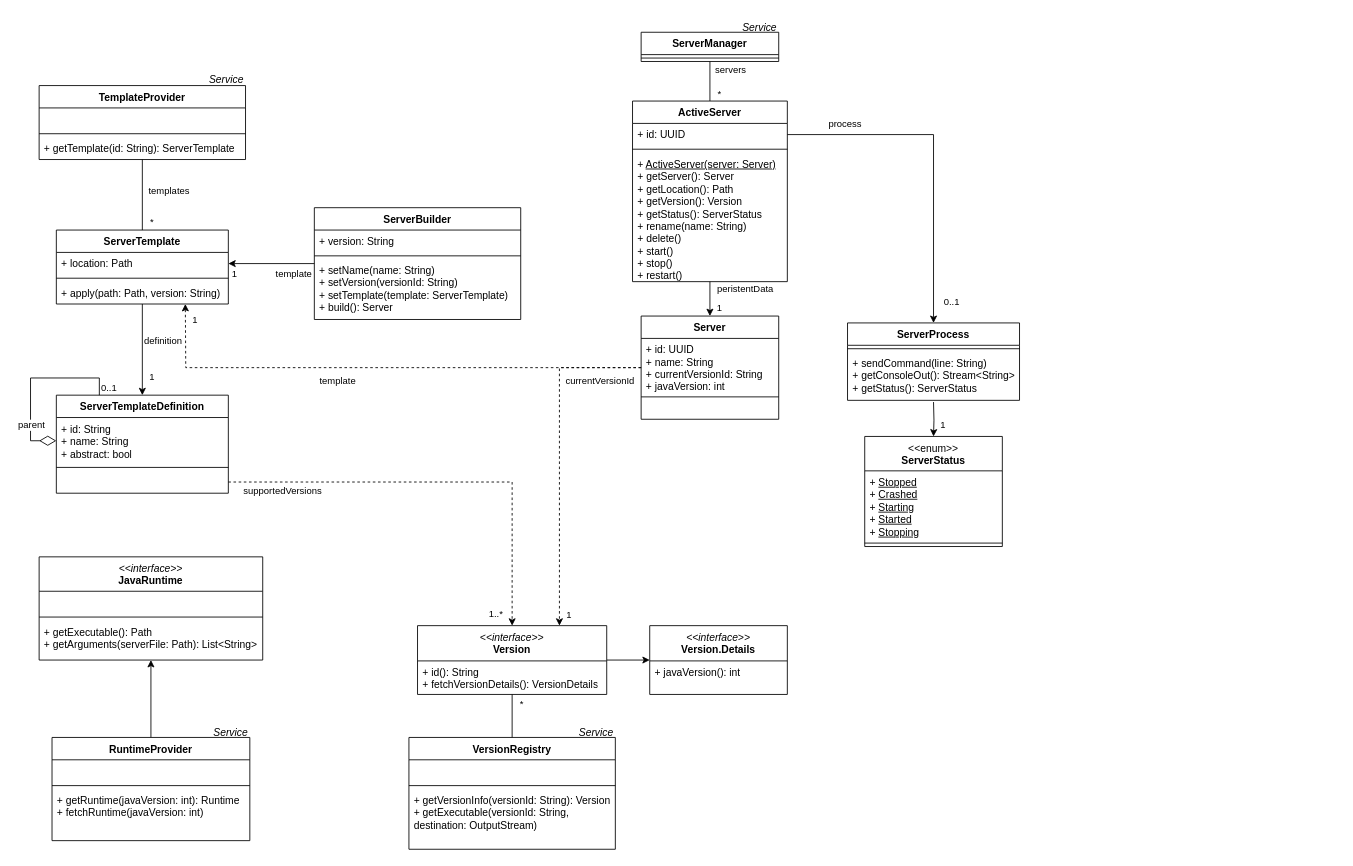
Fisch37/mc-server-manager keeps this draw.io diagram as Klassendiagramm.drawio. Above is the earlier version. Source tidied: cells renumbered, new cells numbered last; positions are measured from the earlier drawing's top-left corner, leaving out a move shared by most shapes. Both pictures are drawn from the tidied source at 86%, with x=0, y=0 at pixel (30, 15).
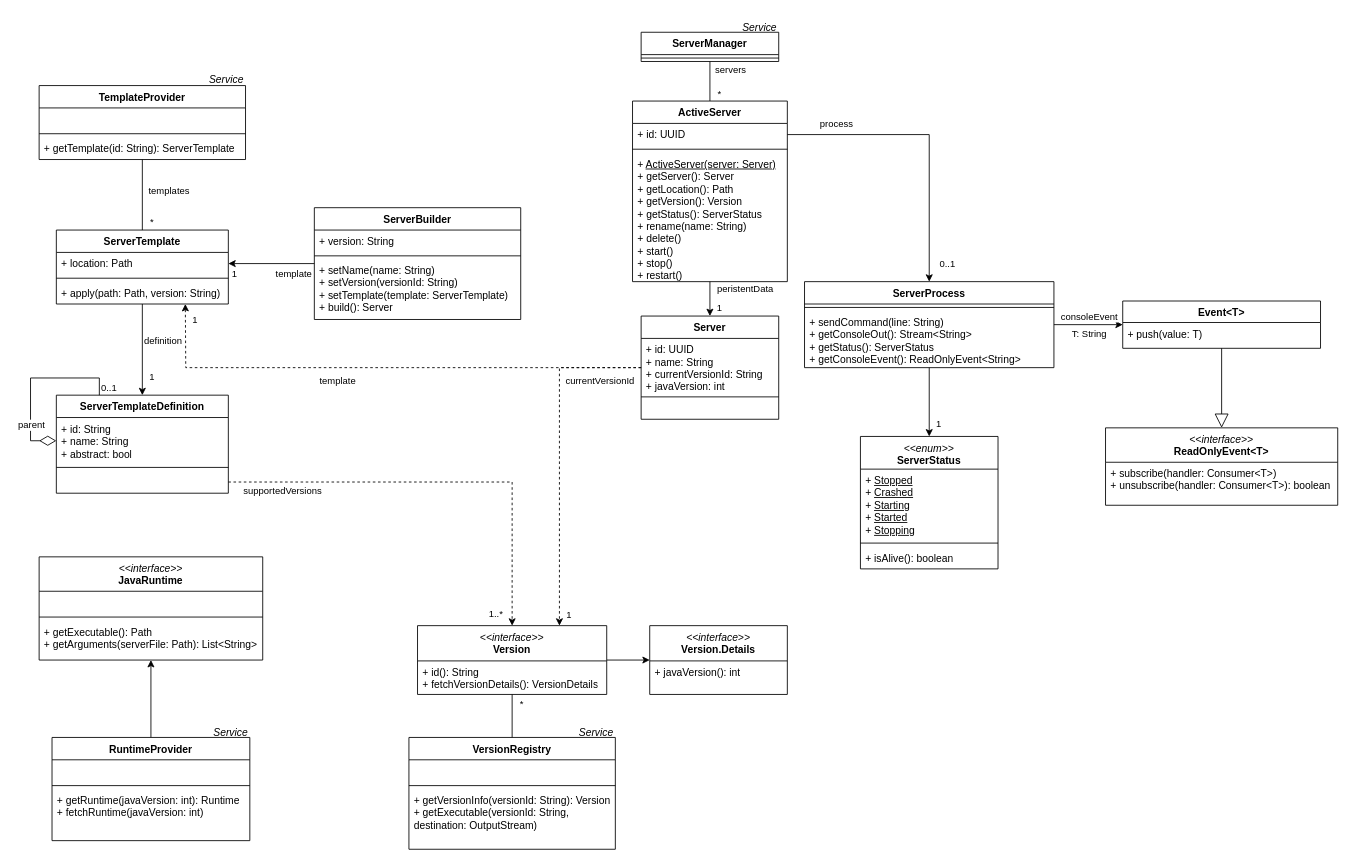
The same page after the edit.

Change to the diagram source:
```diff
@@
-    <mxCell id="5" style="edgeStyle=orthogonalEdgeStyle;rounded=0;jettySize=auto;html=1;" parent="1" edge="1" target="20">
-      <mxGeometry relative="1" as="geometry">
-        <mxPoint x="1050" y="450" as="sourcePoint" />
-      </mxGeometry>
+    <mxCell id="5" style="edgeStyle=orthogonalEdgeStyle;rounded=0;jettySize=auto;html=1;entryX=0.5;entryY=0;entryDx=0;entryDy=0;" parent="1" edge="1" source="17" target="20">
+      <mxGeometry relative="1" as="geometry" />
     </mxCell>
@@
+    <mxCell id="94" style="edgeStyle=orthogonalEdgeStyle;rounded=0;jettySize=auto;html=1;" parent="1" edge="1" source="17" target="100">
+      <mxGeometry relative="1" as="geometry" />
+    </mxCell>
+    <mxCell id="95" value="consoleEvent" style="edgeLabel;html=1;align=center;verticalAlign=middle;" parent="94" vertex="1">
+      <mxGeometry x="-0.44" relative="1" as="geometry">
+        <mxPoint x="18" y="-10" as="offset" />
+      </mxGeometry>
+    </mxCell>
+    <mxCell id="96" value="T: String" style="edgeLabel;html=1;align=center;verticalAlign=middle;" parent="94" vertex="1">
+      <mxGeometry x="0.07" y="-2" relative="1" as="geometry">
+        <mxPoint x="-3" y="8" as="offset" />
+      </mxGeometry>
+    </mxCell>
     <mxCell id="17" value="ServerProcess" style="swimlane;fontStyle=1;align=center;verticalAlign=top;horizontal=1;startSize=26;whiteSpace=wrap;html=1;" parent="1" vertex="1">
-      <mxGeometry x="950" y="358" width="200" height="90" as="geometry" />
+      <mxGeometry x="900" y="310" width="290" height="100" as="geometry" />
     </mxCell>
     <mxCell id="18" style="line;strokeWidth=1;fillColor=none;align=left;verticalAlign=middle;spacingTop=-1;spacingLeft=3;spacingRight=3;labelPosition=right;strokeColor=inherit;" parent="17" vertex="1">
-      <mxGeometry y="26" width="200" height="8" as="geometry" />
+      <mxGeometry y="26" width="290" height="8" as="geometry" />
     </mxCell>
-    <mxCell id="19" value="+ sendCommand(line: String)&lt;div&gt;+ getConsoleOut(): Stream&amp;lt;String&amp;gt;&lt;/div&gt;&lt;div&gt;+ getStatus(): ServerStatus&lt;/div&gt;" style="text;strokeColor=none;fillColor=none;align=left;verticalAlign=top;spacingLeft=4;spacingRight=4;overflow=hidden;whiteSpace=wrap;html=1;" parent="17" vertex="1">
-      <mxGeometry y="34" width="200" height="56" as="geometry" />
+    <mxCell id="19" value="+ sendCommand(line: String)&lt;div&gt;+ getConsoleOut(): Stream&amp;lt;String&amp;gt;&lt;/div&gt;&lt;div&gt;+ getStatus(): ServerStatus&lt;/div&gt;&lt;div&gt;+ getConsoleEvent(): ReadOnlyEvent&amp;lt;String&amp;gt;&lt;/div&gt;" style="text;strokeColor=none;fillColor=none;align=left;verticalAlign=top;spacingLeft=4;spacingRight=4;overflow=hidden;whiteSpace=wrap;html=1;" parent="17" vertex="1">
+      <mxGeometry y="34" width="290" height="66" as="geometry" />
     </mxCell>
-    <mxCell id="20" value="&lt;div&gt;&lt;span style=&quot;font-weight: normal;&quot;&gt;&amp;lt;&amp;lt;enum&amp;gt;&amp;gt;&lt;/span&gt;&lt;/div&gt;ServerStatus" style="swimlane;fontStyle=1;align=center;verticalAlign=top;horizontal=1;startSize=40;whiteSpace=wrap;html=1;" parent="1" vertex="1">
-      <mxGeometry x="970" y="490" width="160" height="128" as="geometry" />
-    </mxCell>
-    <mxCell id="21" value="+ &lt;u&gt;Stopped&lt;/u&gt;&lt;div&gt;+ &lt;u&gt;Crashed&lt;/u&gt;&lt;/div&gt;&lt;div&gt;+ &lt;u&gt;Starting&lt;/u&gt;&lt;/div&gt;&lt;div&gt;+ &lt;u&gt;Started&lt;/u&gt;&lt;/div&gt;&lt;div&gt;+ &lt;u&gt;Stopping&lt;/u&gt;&lt;/div&gt;" style="text;strokeColor=none;fillColor=none;align=left;verticalAlign=top;spacingLeft=4;spacingRight=4;overflow=hidden;whiteSpace=wrap;html=1;" parent="20" vertex="1">
-      <mxGeometry y="40" width="160" height="80" as="geometry" />
-    </mxCell>
-    <mxCell id="22" style="line;strokeWidth=1;fillColor=none;align=left;verticalAlign=middle;spacingTop=-1;spacingLeft=3;spacingRight=3;labelPosition=right;strokeColor=inherit;" parent="20" vertex="1">
-      <mxGeometry y="120" width="160" height="8" as="geometry" />
-    </mxCell>
@@
+    <mxCell id="97" value="&lt;span style=&quot;font-weight: normal;&quot;&gt;&lt;i&gt;&amp;lt;&amp;lt;interface&amp;gt;&amp;gt;&lt;/i&gt;&lt;/span&gt;&lt;div&gt;ReadOnlyEvent&amp;lt;T&amp;gt;&lt;/div&gt;" style="swimlane;fontStyle=1;align=center;verticalAlign=top;horizontal=1;startSize=40;whiteSpace=wrap;html=1;" parent="1" vertex="1">
+      <mxGeometry x="1250" y="480" width="270" height="90" as="geometry" />
+    </mxCell>
+    <mxCell id="98" value="+ subscribe(handler: Consumer&amp;lt;T&amp;gt;)&lt;div&gt;+ unsubscribe(handler: Consumer&amp;lt;T&amp;gt;): boolean&lt;/div&gt;" style="text;strokeColor=none;fillColor=none;align=left;verticalAlign=top;spacingLeft=4;spacingRight=4;overflow=hidden;whiteSpace=wrap;html=1;" parent="97" vertex="1">
+      <mxGeometry y="40" width="270" height="50" as="geometry" />
+    </mxCell>
+    <mxCell id="99" style="edgeStyle=orthogonalEdgeStyle;rounded=0;jettySize=auto;html=1;entryX=0.5;entryY=0;entryDx=0;entryDy=0;endArrow=block;endFill=0;endSize=14;" parent="1" edge="1" source="100" target="97">
+      <mxGeometry relative="1" as="geometry" />
+    </mxCell>
+    <mxCell id="100" value="&lt;div&gt;Event&amp;lt;T&amp;gt;&lt;/div&gt;" style="swimlane;fontStyle=1;align=center;verticalAlign=top;horizontal=1;startSize=25;whiteSpace=wrap;html=1;" parent="1" vertex="1">
+      <mxGeometry x="1270" y="332.5" width="230" height="55" as="geometry" />
+    </mxCell>
+    <mxCell id="101" value="+ push(value: T)" style="text;strokeColor=none;fillColor=none;align=left;verticalAlign=top;spacingLeft=4;spacingRight=4;overflow=hidden;whiteSpace=wrap;html=1;" parent="100" vertex="1">
+      <mxGeometry y="25" width="230" height="30" as="geometry" />
+    </mxCell>
+    <mxCell id="20" value="&lt;span style=&quot;font-weight: normal;&quot;&gt;&lt;i&gt;&amp;lt;&amp;lt;enum&amp;gt;&amp;gt;&lt;/i&gt;&lt;/span&gt;&lt;div&gt;ServerStatus&lt;/div&gt;" style="swimlane;fontStyle=1;align=center;verticalAlign=top;horizontal=1;startSize=38;whiteSpace=wrap;html=1;" parent="1" vertex="1">
+      <mxGeometry x="965" y="490" width="160" height="154" as="geometry" />
+    </mxCell>
+    <mxCell id="21" value="+ &lt;u&gt;Stopped&lt;/u&gt;&lt;div&gt;+ &lt;u&gt;Crashed&lt;/u&gt;&lt;/div&gt;&lt;div&gt;+ &lt;u&gt;Starting&lt;/u&gt;&lt;/div&gt;&lt;div&gt;+ &lt;u&gt;Started&lt;/u&gt;&lt;/div&gt;&lt;div&gt;+ &lt;u&gt;Stopping&lt;/u&gt;&lt;/div&gt;" style="text;strokeColor=none;fillColor=none;align=left;verticalAlign=top;spacingLeft=4;spacingRight=4;overflow=hidden;whiteSpace=wrap;html=1;" parent="20" vertex="1">
+      <mxGeometry y="38" width="160" height="82" as="geometry" />
+    </mxCell>
+    <mxCell id="22" style="line;strokeWidth=1;fillColor=none;align=left;verticalAlign=middle;spacingTop=-1;spacingLeft=3;spacingRight=3;labelPosition=right;strokeColor=inherit;" parent="20" vertex="1">
+      <mxGeometry y="120" width="160" height="8" as="geometry" />
+    </mxCell>
+    <mxCell id="102" value="+ isAlive(): boolean" style="text;strokeColor=none;fillColor=none;align=left;verticalAlign=top;spacingLeft=4;spacingRight=4;overflow=hidden;whiteSpace=wrap;html=1;" parent="20" vertex="1">
+      <mxGeometry y="128" width="160" height="26" as="geometry" />
+    </mxCell>
```
